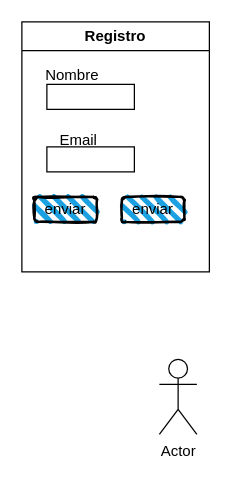
Above: Diagrama sin título.drawio in EdyMoar/edywebazure (draw.io), before the change. Source tidied: cells renumbered, new cells numbered last; positions are measured from the earlier drawing's top-left corner, leaving out a move shared by most shapes. Both pictures are drawn from the tidied source at 125%, with x=0, y=0 at pixel (21, 21).
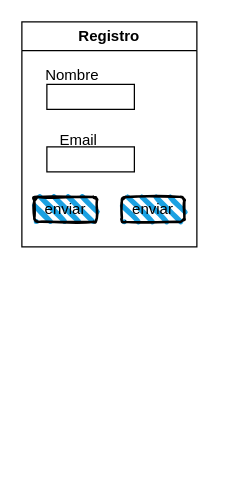
The same diagram, later.

What changed in the source:
```diff
@@
 <mxGraphModel>
   <root>
     <mxCell id="0" />
     <mxCell id="1" parent="0" />
     <mxCell id="2" value="Registro" style="swimlane;whiteSpace=wrap;html=1;" parent="1" vertex="1">
-      <mxGeometry width="150" height="200" as="geometry" />
+      <mxGeometry width="140" height="180" as="geometry" />
     </mxCell>
     <mxCell id="3" style="whiteSpace=wrap;html=1;" parent="2" vertex="1">
       <mxGeometry x="20" y="50" width="70" height="20" as="geometry" />
     </mxCell>
     <mxCell id="4" style="whiteSpace=wrap;html=1;" parent="2" vertex="1">
       <mxGeometry x="20" y="100" width="70" height="20" as="geometry" />
     </mxCell>
     <mxCell id="5" value="Email" style="text;html=1;align=center;verticalAlign=middle;strokeColor=none;fillColor=none;" parent="2" vertex="1">
       <mxGeometry x="20" y="80" width="50" height="30" as="geometry" />
     </mxCell>
     <mxCell id="6" value="enviar" style="rounded=1;whiteSpace=wrap;html=1;strokeWidth=2;fillWeight=4;hachureGap=8;hachureAngle=45;fillColor=#1ba1e2;sketch=1;" parent="2" vertex="1">
       <mxGeometry x="10" y="140" width="50" height="20" as="geometry" />
     </mxCell>
     <mxCell id="7" value="enviar" style="rounded=1;whiteSpace=wrap;html=1;strokeWidth=2;fillWeight=4;hachureGap=8;hachureAngle=45;fillColor=#1ba1e2;sketch=1;" parent="2" vertex="1">
       <mxGeometry x="80" y="140" width="50" height="20" as="geometry" />
     </mxCell>
-    <mxCell id="8" value="Actor" style="shape=umlActor;verticalLabelPosition=bottom;verticalAlign=top;html=1;" parent="1" vertex="1">
-      <mxGeometry x="110" y="270" width="30" height="60" as="geometry" />
-    </mxCell>
     <mxCell id="9" value="Nombre" style="text;html=1;align=center;verticalAlign=middle;strokeColor=none;fillColor=none;" parent="1" vertex="1">
       <mxGeometry x="5" y="28" width="70" height="30" as="geometry" />
     </mxCell>
   </root>
 </mxGraphModel>
```
